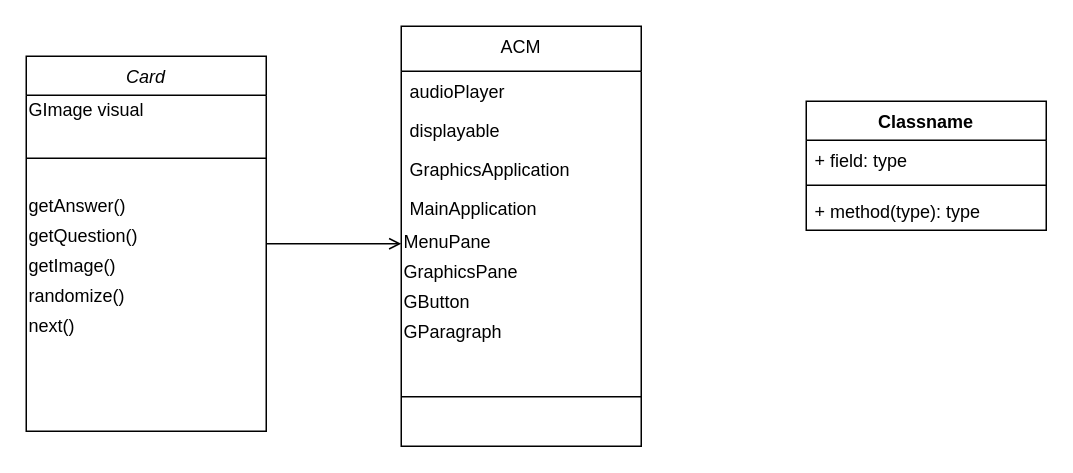
Prot0ast/Repository-Name keeps this draw.io diagram as Untitled Diagram.drawio. Above is the earlier version. Source tidied: cells renumbered, new cells numbered last; positions are measured from the earlier drawing's top-left corner, leaving out a move shared by most shapes. Both pictures are drawn from the tidied source at 150%, with x=0, y=0 at pixel (26, 26).
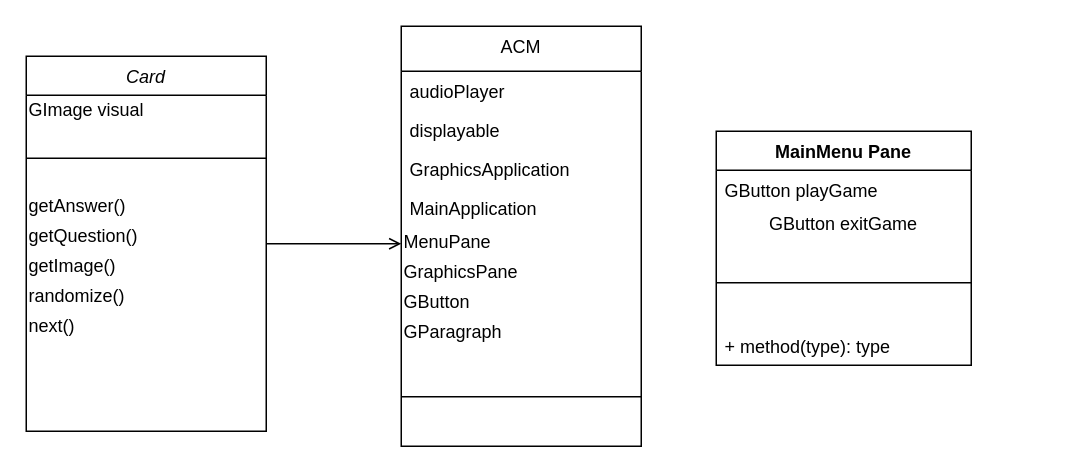
After the change.

Change to the diagram source:
```diff
@@
-    <mxCell id="21" value="Classname" style="swimlane;fontStyle=1;align=center;verticalAlign=top;horizontal=1;startSize=26;" parent="1" vertex="1">
-      <mxGeometry x="520" y="50" width="160" height="86" as="geometry" />
-    </mxCell>
-    <mxCell id="22" value="+ field: type" style="text;strokeColor=none;fillColor=none;align=left;verticalAlign=top;spacingLeft=4;spacingRight=4;overflow=hidden;" parent="21" vertex="1">
-      <mxGeometry y="26" width="160" height="26" as="geometry" />
-    </mxCell>
-    <mxCell id="23" style="line;strokeWidth=1;fillColor=none;align=left;verticalAlign=middle;spacingTop=-1;spacingLeft=3;spacingRight=3;labelPosition=right;" parent="21" vertex="1">
-      <mxGeometry y="52" width="160" height="8" as="geometry" />
-    </mxCell>
+    <mxCell id="25" value="MainMenu Pane" style="swimlane;fontStyle=1;align=center;verticalAlign=top;horizontal=1;startSize=26;" parent="1" vertex="1">
+      <mxGeometry x="460" y="70" width="170" height="156" as="geometry" />
+    </mxCell>
+    <mxCell id="26" value="GButton playGame" style="text;strokeColor=none;fillColor=none;align=left;verticalAlign=top;spacingLeft=4;spacingRight=4;overflow=hidden;" parent="25" vertex="1">
+      <mxGeometry y="26" width="170" height="26" as="geometry" />
+    </mxCell>
+    <mxCell id="27" value="&lt;div align=&quot;left&quot;&gt;GButton exitGame&lt;br&gt;&lt;/div&gt;" style="text;html=1;strokeColor=none;fillColor=none;align=center;verticalAlign=middle;whiteSpace=wrap;rounded=0;" parent="25" vertex="1">
+      <mxGeometry y="52" width="170" height="20" as="geometry" />
+    </mxCell>
+    <mxCell id="28" style="line;strokeWidth=1;fillColor=none;align=left;verticalAlign=middle;spacingTop=-1;spacingLeft=3;spacingRight=3;labelPosition=right;" parent="25" vertex="1">
+      <mxGeometry y="72" width="170" height="58" as="geometry" />
+    </mxCell>
-    <mxCell id="24" value="+ method(type): type" style="text;strokeColor=none;fillColor=none;align=left;verticalAlign=top;spacingLeft=4;spacingRight=4;overflow=hidden;" parent="21" vertex="1">
-      <mxGeometry y="60" width="160" height="26" as="geometry" />
+    <mxCell id="24" value="+ method(type): type" style="text;strokeColor=none;fillColor=none;align=left;verticalAlign=top;spacingLeft=4;spacingRight=4;overflow=hidden;" parent="25" vertex="1">
+      <mxGeometry y="130" width="170" height="26" as="geometry" />
     </mxCell>
```
